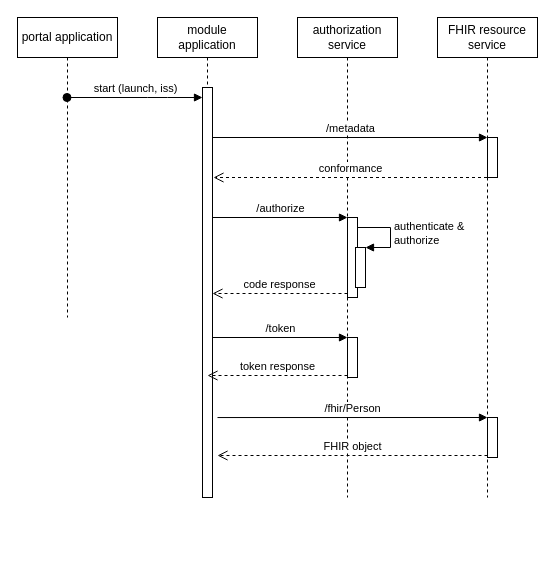
Earlier version of the draw.io diagram diagrams/SMART on FHIR Application Launch Framework.drawio (Koppeltaal/Koppeltaal-2.0-SMART-HTI-On-FHIR). Source tidied: cells renumbered, new cells numbered last; positions are measured from the earlier drawing's top-left corner, leaving out a move shared by most shapes. Both pictures are drawn from the tidied source at 100%, with x=0, y=0 at pixel (17, 17).
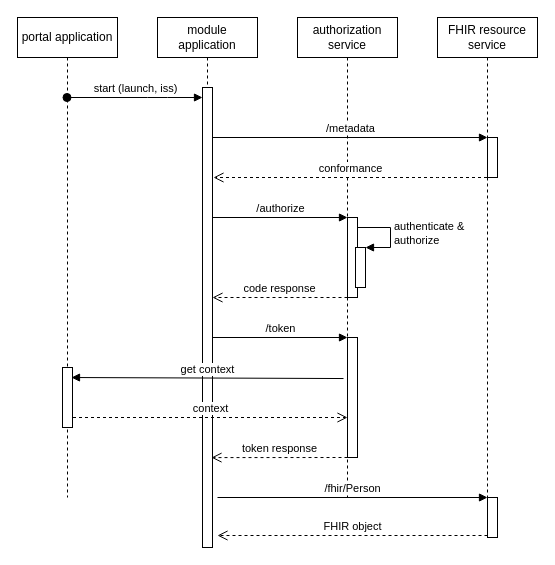
The same diagram, later.

Unchanged cells that the change refers to:
```xml
<mxCell id="8" style="html=1;points=[];perimeter=orthogonalPerimeter;" parent="1" vertex="1">
  <mxGeometry x="470" y="120" width="10" height="40" as="geometry" />
</mxCell>
<mxCell id="11" style="html=1;points=[];perimeter=orthogonalPerimeter;" parent="1" vertex="1">
  <mxGeometry x="330" y="200" width="10" height="80" as="geometry" />
</mxCell>
```

The edit, as a diff of the source:
```diff
@@
     <mxCell id="2" value="module application" style="shape=umlLifeline;perimeter=lifelinePerimeter;whiteSpace=wrap;html=1;" parent="1" vertex="1">
-      <mxGeometry x="140" width="100" height="480" as="geometry" />
+      <mxGeometry x="140" width="100" height="530" as="geometry" />
     </mxCell>
-    <mxCell id="3" style="html=1;points=[];perimeter=orthogonalPerimeter;" parent="2" vertex="1">
-      <mxGeometry x="45" y="70" width="10" height="410" as="geometry" />
-    </mxCell>
+    <mxCell id="22" style="html=1;points=[];perimeter=orthogonalPerimeter;" parent="2" vertex="1">
+      <mxGeometry x="45" y="70" width="10" height="460" as="geometry" />
+    </mxCell>
     <mxCell id="4" value="portal application" style="shape=umlLifeline;perimeter=lifelinePerimeter;whiteSpace=wrap;html=1;outlineConnect=0;" parent="1" vertex="1">
-      <mxGeometry width="100" height="300" as="geometry" />
+      <mxGeometry width="100" height="480" as="geometry" />
     </mxCell>
@@
-    <mxCell id="7" value="start (launch, iss)" style="html=1;verticalAlign=bottom;startArrow=oval;endArrow=block;startSize=8;" parent="1" edge="1" source="4" target="3">
+    <mxCell id="7" value="start (launch, iss)" style="html=1;verticalAlign=bottom;startArrow=oval;endArrow=block;startSize=8;" parent="1" edge="1" source="4" target="22">
       <mxGeometry relative="1" as="geometry">
         <Array as="points">
           <mxPoint x="140" y="80" />
         </Array>
       </mxGeometry>
     </mxCell>
@@
-    <mxCell id="9" value="/metadata" style="html=1;verticalAlign=bottom;endArrow=block;entryX=0;entryY=0;" parent="1" edge="1" source="3" target="8">
+    <mxCell id="9" value="/metadata" style="html=1;verticalAlign=bottom;endArrow=block;entryX=0;entryY=0;" parent="1" edge="1" source="22" target="8">
       <mxGeometry relative="1" as="geometry" />
     </mxCell>
@@
-    <mxCell id="12" value="/authorize" style="html=1;verticalAlign=bottom;endArrow=block;entryX=0;entryY=0;" parent="1" edge="1" source="3" target="11">
+    <mxCell id="12" value="/authorize" style="html=1;verticalAlign=bottom;endArrow=block;entryX=0;entryY=0;" parent="1" edge="1" source="22" target="11">
       <mxGeometry relative="1" as="geometry" />
     </mxCell>
-    <mxCell id="13" value="code response" style="html=1;verticalAlign=bottom;endArrow=open;dashed=1;endSize=8;exitX=0;exitY=0.95;" parent="1" edge="1" source="11" target="3">
-      <mxGeometry relative="1" as="geometry" />
+    <mxCell id="13" value="code response" style="html=1;verticalAlign=bottom;endArrow=open;dashed=1;endSize=8;exitX=0;exitY=0.95;" parent="1" edge="1">
+      <mxGeometry relative="1" as="geometry">
+        <mxPoint x="330" y="280" as="sourcePoint" />
+        <mxPoint x="195" y="280" as="targetPoint" />
+      </mxGeometry>
     </mxCell>
@@
-    <mxCell id="16" style="html=1;points=[];perimeter=orthogonalPerimeter;" parent="1" vertex="1">
-      <mxGeometry x="330" y="320" width="10" height="40" as="geometry" />
-    </mxCell>
+    <mxCell id="23" style="html=1;points=[];perimeter=orthogonalPerimeter;" parent="1" vertex="1">
+      <mxGeometry x="330" y="320" width="10" height="120" as="geometry" />
+    </mxCell>
-    <mxCell id="17" value="/token" style="html=1;verticalAlign=bottom;endArrow=block;entryX=0;entryY=0;" parent="1" edge="1" target="16">
+    <mxCell id="17" value="/token" style="html=1;verticalAlign=bottom;endArrow=block;entryX=0;entryY=0;" parent="1" edge="1" target="23">
       <mxGeometry relative="1" as="geometry">
         <mxPoint x="195" y="320" as="sourcePoint" />
       </mxGeometry>
     </mxCell>
-    <mxCell id="18" value="token response" style="html=1;verticalAlign=bottom;endArrow=open;dashed=1;endSize=8;exitX=0;exitY=0.95;" parent="1" edge="1" source="16">
+    <mxCell id="18" value="token response" style="html=1;verticalAlign=bottom;endArrow=open;dashed=1;endSize=8;exitX=0;exitY=0.95;entryX=0.9;entryY=0.888;entryDx=0;entryDy=0;entryPerimeter=0;" parent="1" edge="1">
       <mxGeometry relative="1" as="geometry">
-        <mxPoint x="190" y="358" as="targetPoint" />
+        <mxPoint x="330" y="440" as="sourcePoint" />
+        <mxPoint x="194" y="440.1" as="targetPoint" />
       </mxGeometry>
     </mxCell>
-    <mxCell id="19" style="html=1;points=[];perimeter=orthogonalPerimeter;" parent="1" vertex="1">
-      <mxGeometry x="470" y="400" width="10" height="40" as="geometry" />
-    </mxCell>
+    <mxCell id="24" style="html=1;points=[];perimeter=orthogonalPerimeter;" parent="1" vertex="1">
+      <mxGeometry x="470" y="480" width="10" height="40" as="geometry" />
+    </mxCell>
-    <mxCell id="20" value="/fhir/Person" style="html=1;verticalAlign=bottom;endArrow=block;entryX=0;entryY=0;exitX=1.5;exitY=0.805;exitDx=0;exitDy=0;exitPerimeter=0;" parent="1" edge="1" source="3" target="19">
-      <mxGeometry relative="1" as="geometry" />
+    <mxCell id="20" value="/fhir/Person" style="html=1;verticalAlign=bottom;endArrow=block;entryX=0;entryY=0;exitX=1.5;exitY=0.805;exitDx=0;exitDy=0;exitPerimeter=0;" parent="1" edge="1" target="24">
+      <mxGeometry relative="1" as="geometry">
+        <mxPoint x="200" y="480" as="sourcePoint" />
+      </mxGeometry>
     </mxCell>
-    <mxCell id="21" value="FHIR object" style="html=1;verticalAlign=bottom;endArrow=open;dashed=1;endSize=8;exitX=0;exitY=0.95;" parent="1" edge="1" source="19">
+    <mxCell id="21" value="FHIR object" style="html=1;verticalAlign=bottom;endArrow=open;dashed=1;endSize=8;exitX=0;exitY=0.95;" parent="1" edge="1" source="24">
       <mxGeometry relative="1" as="geometry">
-        <mxPoint x="200" y="438" as="targetPoint" />
+        <mxPoint x="200" y="518" as="targetPoint" />
       </mxGeometry>
     </mxCell>
+    <mxCell id="25" style="html=1;points=[];perimeter=orthogonalPerimeter;" parent="1" vertex="1">
+      <mxGeometry x="45" y="350" width="10" height="60" as="geometry" />
+    </mxCell>
+    <mxCell id="26" value="get context" style="html=1;verticalAlign=bottom;endArrow=block;exitX=-0.4;exitY=0.342;exitDx=0;exitDy=0;exitPerimeter=0;entryX=0.9;entryY=0.167;entryDx=0;entryDy=0;entryPerimeter=0;" parent="1" edge="1" source="23" target="25">
+      <mxGeometry relative="1" as="geometry" />
+    </mxCell>
+    <mxCell id="27" value="context" style="html=1;verticalAlign=bottom;endArrow=open;dashed=1;endSize=8;" parent="1" edge="1">
+      <mxGeometry relative="1" as="geometry">
+        <mxPoint x="55.5" y="400" as="sourcePoint" />
+        <mxPoint x="330" y="400" as="targetPoint" />
+        <Array as="points">
+          <mxPoint x="120.5" y="400" />
+        </Array>
+      </mxGeometry>
+    </mxCell>
```
